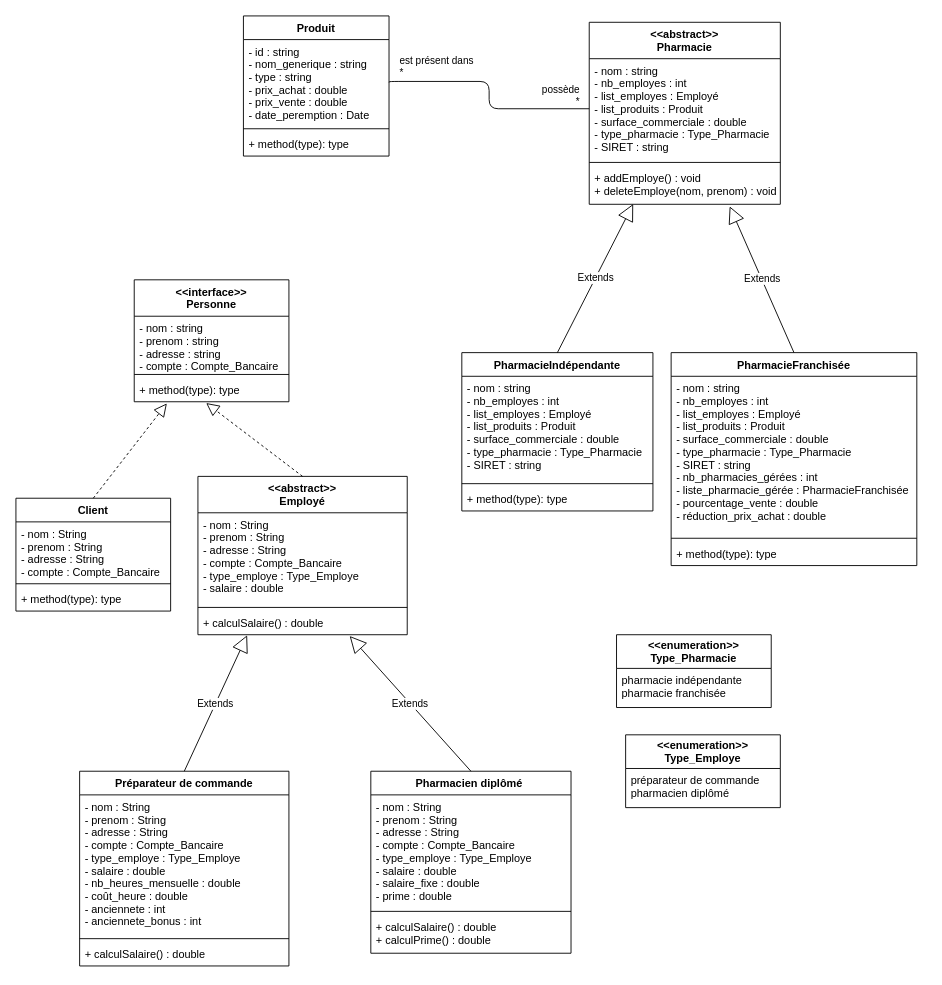
uapv1705019/Projet-Design-Pattern-Avance keeps this draw.io diagram as src/diagrams/Produits_Pharmacies.drawio. Above is the earlier version. Source tidied: cells renumbered, new cells numbered last; positions are measured from the earlier drawing's top-left corner, leaving out a move shared by most shapes. Both pictures are drawn from the tidied source at 91%, with x=0, y=0 at pixel (15, 15).
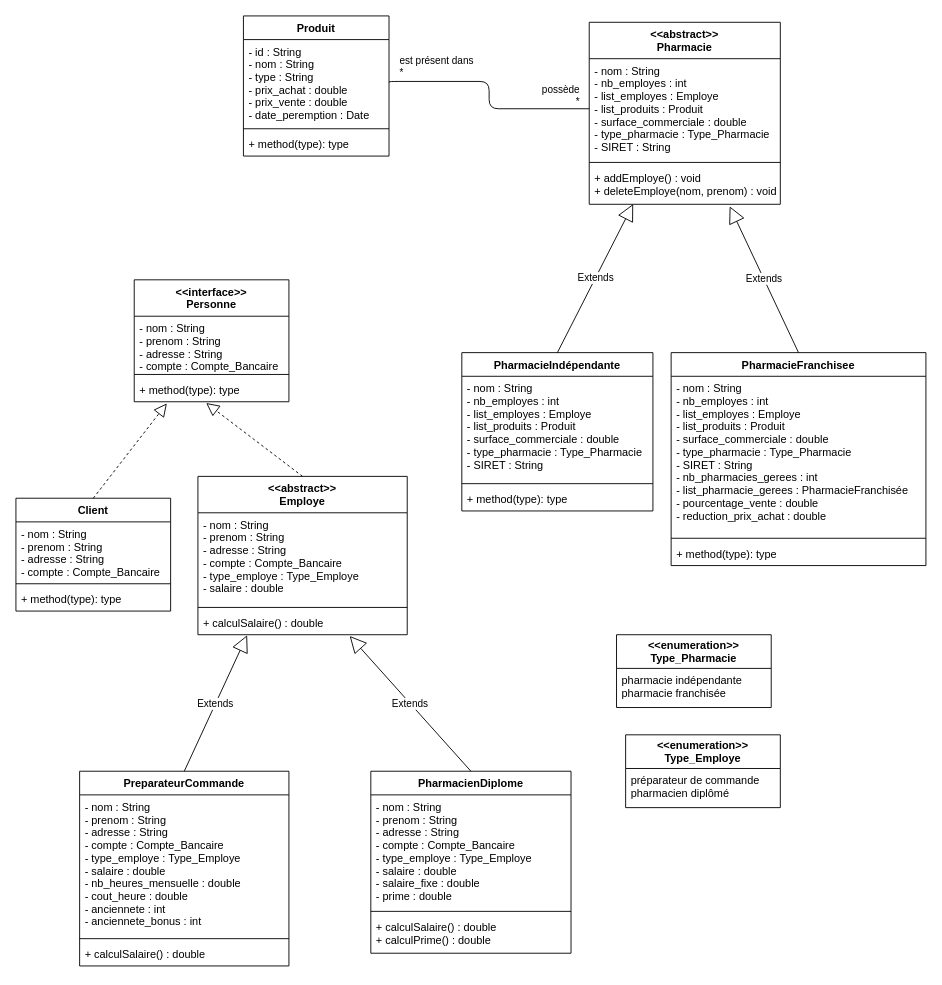
Above is the later version.

The change refers to these unchanged cells:
```xml
<mxCell id="2" value="Produit" style="swimlane;fontStyle=1;align=center;verticalAlign=top;horizontal=1;startSize=26;" parent="1" vertex="1">
  <mxGeometry x="250" width="160" height="154" as="geometry" />
</mxCell>
<mxCell id="6" value="&lt;&lt;abstract&gt;&gt;&#10;Pharmacie" style="swimlane;fontStyle=1;align=center;verticalAlign=top;horizontal=1;startSize=40;" parent="1" vertex="1">
  <mxGeometry x="630" y="7" width="210" height="200" as="geometry" />
</mxCell>
<mxCell id="10" value="PharmacieIndépendante" style="swimlane;fontStyle=1;align=center;verticalAlign=top;horizontal=1;startSize=26;" parent="1" vertex="1">
  <mxGeometry x="490" y="370" width="210" height="174" as="geometry" />
</mxCell>
<mxCell id="18" value="&lt;&lt;interface&gt;&gt;&#10;Personne" style="swimlane;fontStyle=1;align=center;verticalAlign=top;horizontal=1;startSize=40;" parent="1" vertex="1">
  <mxGeometry x="130" y="290" width="170" height="134" as="geometry" />
</mxCell>
<mxCell id="46" value="Client" style="swimlane;fontStyle=1;align=center;verticalAlign=top;horizontal=1;startSize=26;" parent="1" vertex="1">
  <mxGeometry y="530" width="170" height="124" as="geometry" />
</mxCell>
```

Change to the diagram source:
```diff
@@
-    <mxCell id="3" value="- id : string&#10;- nom_generique : string&#10;- type : string&#10;- prix_achat : double&#10;- prix_vente : double&#10;- date_peremption : Date" style="text;strokeColor=none;fillColor=none;align=left;verticalAlign=top;spacingLeft=4;spacingRight=4;overflow=hidden;points=[[0,0.5],[1,0.5]];portConstraint=eastwest;" parent="2" vertex="1">
+    <mxCell id="3" value="- id : String&#10;- nom : String&#10;- type : String&#10;- prix_achat : double&#10;- prix_vente : double&#10;- date_peremption : Date" style="text;strokeColor=none;fillColor=none;align=left;verticalAlign=top;spacingLeft=4;spacingRight=4;overflow=hidden;points=[[0,0.5],[1,0.5]];portConstraint=eastwest;" parent="2" vertex="1">
       <mxGeometry y="26" width="160" height="94" as="geometry" />
     </mxCell>
@@
-    <mxCell id="7" value="- nom : string&#10;- nb_employes : int&#10;- list_employes : Employé&#10;- list_produits : Produit&#10;- surface_commerciale : double&#10;- type_pharmacie : Type_Pharmacie&#10;- SIRET : string" style="text;strokeColor=none;fillColor=none;align=left;verticalAlign=top;spacingLeft=4;spacingRight=4;overflow=hidden;points=[[0,0.5],[1,0.5]];portConstraint=eastwest;" parent="6" vertex="1">
+    <mxCell id="7" value="- nom : String&#10;- nb_employes : int&#10;- list_employes : Employe&#10;- list_produits : Produit&#10;- surface_commerciale : double&#10;- type_pharmacie : Type_Pharmacie&#10;- SIRET : String" style="text;strokeColor=none;fillColor=none;align=left;verticalAlign=top;spacingLeft=4;spacingRight=4;overflow=hidden;points=[[0,0.5],[1,0.5]];portConstraint=eastwest;" parent="6" vertex="1">
       <mxGeometry y="40" width="210" height="110" as="geometry" />
     </mxCell>
@@
-    <mxCell id="11" value="- nom : string&#10;- nb_employes : int&#10;- list_employes : Employé&#10;- list_produits : Produit&#10;- surface_commerciale : double&#10;- type_pharmacie : Type_Pharmacie&#10;- SIRET : string" style="text;strokeColor=none;fillColor=none;align=left;verticalAlign=top;spacingLeft=4;spacingRight=4;overflow=hidden;" parent="10" vertex="1">
+    <mxCell id="11" value="- nom : String&#10;- nb_employes : int&#10;- list_employes : Employe&#10;- list_produits : Produit&#10;- surface_commerciale : double&#10;- type_pharmacie : Type_Pharmacie&#10;- SIRET : String" style="text;strokeColor=none;fillColor=none;align=left;verticalAlign=top;spacingLeft=4;spacingRight=4;overflow=hidden;" parent="10" vertex="1">
       <mxGeometry y="26" width="210" height="114" as="geometry" />
     </mxCell>
@@
-    <mxCell id="14" value="PharmacieFranchisée" style="swimlane;fontStyle=1;align=center;verticalAlign=top;horizontal=1;startSize=26;" parent="1" vertex="1">
-      <mxGeometry x="720" y="370" width="270" height="234" as="geometry" />
+    <mxCell id="14" value="PharmacieFranchisee" style="swimlane;fontStyle=1;align=center;verticalAlign=top;horizontal=1;startSize=26;" parent="1" vertex="1">
+      <mxGeometry x="720" y="370" width="280" height="234" as="geometry" />
     </mxCell>
-    <mxCell id="15" value="- nom : string&#10;- nb_employes : int&#10;- list_employes : Employé&#10;- list_produits : Produit&#10;- surface_commerciale : double&#10;- type_pharmacie : Type_Pharmacie&#10;- SIRET : string&#10;- nb_pharmacies_gérées : int&#10;- liste_pharmacie_gérée : PharmacieFranchisée&#10;- pourcentage_vente : double&#10;- réduction_prix_achat : double&#10;" style="text;strokeColor=none;fillColor=none;align=left;verticalAlign=top;spacingLeft=4;spacingRight=4;overflow=hidden;" parent="14" vertex="1">
-      <mxGeometry y="26" width="270" height="174" as="geometry" />
+    <mxCell id="15" value="- nom : String&#10;- nb_employes : int&#10;- list_employes : Employe&#10;- list_produits : Produit&#10;- surface_commerciale : double&#10;- type_pharmacie : Type_Pharmacie&#10;- SIRET : String&#10;- nb_pharmacies_gerees : int&#10;- list_pharmacie_gerees : PharmacieFranchisée&#10;- pourcentage_vente : double&#10;- reduction_prix_achat : double&#10;" style="text;strokeColor=none;fillColor=none;align=left;verticalAlign=top;spacingLeft=4;spacingRight=4;overflow=hidden;" parent="14" vertex="1">
+      <mxGeometry y="26" width="280" height="174" as="geometry" />
     </mxCell>
     <mxCell id="16" style="line;strokeWidth=1;fillColor=none;align=left;verticalAlign=middle;spacingTop=-1;spacingLeft=3;spacingRight=3;labelPosition=right;" parent="14" vertex="1">
-      <mxGeometry y="200" width="270" height="8" as="geometry" />
+      <mxGeometry y="200" width="280" height="8" as="geometry" />
     </mxCell>
     <mxCell id="17" value="+ method(type): type" style="text;strokeColor=none;fillColor=none;align=left;verticalAlign=top;spacingLeft=4;spacingRight=4;overflow=hidden;" parent="14" vertex="1">
-      <mxGeometry y="208" width="270" height="26" as="geometry" />
+      <mxGeometry y="208" width="280" height="26" as="geometry" />
     </mxCell>
@@
-    <mxCell id="19" value="- nom : string&#10;- prenom : string&#10;- adresse : string&#10;- compte : Compte_Bancaire&#10;" style="text;strokeColor=none;fillColor=none;align=left;verticalAlign=top;spacingLeft=4;spacingRight=4;overflow=hidden;" parent="18" vertex="1">
+    <mxCell id="19" value="- nom : String&#10;- prenom : String&#10;- adresse : String&#10;- compte : Compte_Bancaire&#10;" style="text;strokeColor=none;fillColor=none;align=left;verticalAlign=top;spacingLeft=4;spacingRight=4;overflow=hidden;" parent="18" vertex="1">
       <mxGeometry y="40" width="170" height="60" as="geometry" />
     </mxCell>
@@
-    <mxCell id="22" value="&lt;&lt;abstract&gt;&gt;&#10;Employé" style="swimlane;fontStyle=1;align=center;verticalAlign=top;horizontal=1;startSize=40;" parent="1" vertex="1">
+    <mxCell id="22" value="&lt;&lt;abstract&gt;&gt;&#10;Employe" style="swimlane;fontStyle=1;align=center;verticalAlign=top;horizontal=1;startSize=40;" parent="1" vertex="1">
       <mxGeometry x="200" y="506" width="230" height="174" as="geometry" />
     </mxCell>
@@
-    <mxCell id="26" value="Pharmacien diplômé " style="swimlane;fontStyle=1;align=center;verticalAlign=top;horizontal=1;startSize=26;" parent="1" vertex="1">
+    <mxCell id="26" value="PharmacienDiplome" style="swimlane;fontStyle=1;align=center;verticalAlign=top;horizontal=1;startSize=26;" parent="1" vertex="1">
       <mxGeometry x="390" y="830" width="220" height="200" as="geometry" />
     </mxCell>
@@
-    <mxCell id="30" value="Préparateur de commande" style="swimlane;fontStyle=1;align=center;verticalAlign=top;horizontal=1;startSize=26;" parent="1" vertex="1">
+    <mxCell id="30" value="PreparateurCommande" style="swimlane;fontStyle=1;align=center;verticalAlign=top;horizontal=1;startSize=26;" parent="1" vertex="1">
       <mxGeometry x="70" y="830" width="230" height="214" as="geometry" />
     </mxCell>
-    <mxCell id="31" value="- nom : String&#10;- prenom : String&#10;- adresse : String&#10;- compte : Compte_Bancaire&#10;- type_employe : Type_Employe&#10;- salaire : double&#10;- nb_heures_mensuelle : double&#10;- coût_heure : double&#10;- anciennete : int&#10;- anciennete_bonus : int" style="text;strokeColor=none;fillColor=none;align=left;verticalAlign=top;spacingLeft=4;spacingRight=4;overflow=hidden;" parent="30" vertex="1">
+    <mxCell id="31" value="- nom : String&#10;- prenom : String&#10;- adresse : String&#10;- compte : Compte_Bancaire&#10;- type_employe : Type_Employe&#10;- salaire : double&#10;- nb_heures_mensuelle : double&#10;- cout_heure : double&#10;- anciennete : int&#10;- anciennete_bonus : int" style="text;strokeColor=none;fillColor=none;align=left;verticalAlign=top;spacingLeft=4;spacingRight=4;overflow=hidden;" parent="30" vertex="1">
       <mxGeometry y="26" width="230" height="154" as="geometry" />
     </mxCell>
@@
-    <mxCell id="47" value="- nom : String&#10;- prenom : String&#10;- adresse : String&#10;- compte : Compte_Bancaire" style="text;strokeColor=none;fillColor=none;align=left;verticalAlign=top;spacingLeft=4;spacingRight=4;overflow=hidden;" parent="46" vertex="1">
+    <mxCell id="47" value="- nom : String&#10;- prenom : String&#10;- adresse : String&#10;- compte : Compte_Bancaire&#10;" style="text;strokeColor=none;fillColor=none;align=left;verticalAlign=top;spacingLeft=4;spacingRight=4;overflow=hidden;" parent="46" vertex="1">
       <mxGeometry y="26" width="170" height="64" as="geometry" />
     </mxCell>
```
